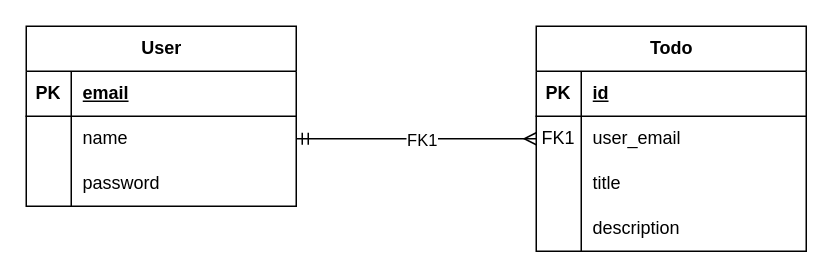
Before: DLR.drawio in AlenCarbajal/todo-list, a draw.io diagram. Source tidied: cells renumbered, new cells numbered last; positions are measured from the earlier drawing's top-left corner, leaving out a move shared by most shapes. Both pictures are drawn from the tidied source at 150%, with x=0, y=0 at pixel (26, 26).
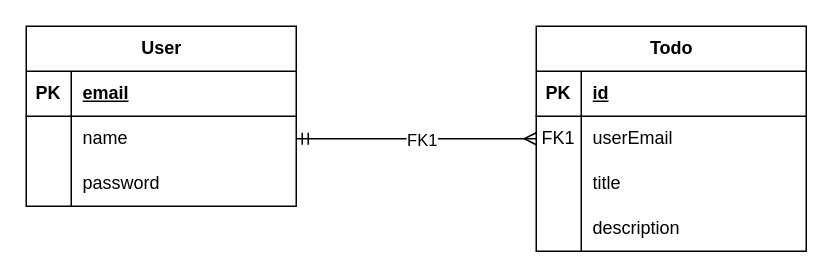
The same page after the edit.

The change refers to these unchanged cells:
```xml
<mxCell id="16" style="shape=tableRow;horizontal=0;startSize=0;swimlaneHead=0;swimlaneBody=0;fillColor=none;points=[[0,0.5],[1,0.5]];portConstraint=eastwest;top=0;left=0;right=0;bottom=0;" parent="12" vertex="1">
  <mxGeometry y="60" width="180" height="30" as="geometry" />
</mxCell>
```

What changed in the source:
```diff
@@
-    <mxCell id="18" value="user_email" style="shape=partialRectangle;fillColor=none;top=0;left=0;bottom=0;right=0;align=left;spacingLeft=6;overflow=hidden;whiteSpace=wrap;html=1;" parent="16" vertex="1">
+    <mxCell id="18" value="userEmail" style="shape=partialRectangle;fillColor=none;top=0;left=0;bottom=0;right=0;align=left;spacingLeft=6;overflow=hidden;whiteSpace=wrap;html=1;" parent="16" vertex="1">
       <mxGeometry x="30" width="150" height="30" as="geometry" />
     </mxCell>
```
